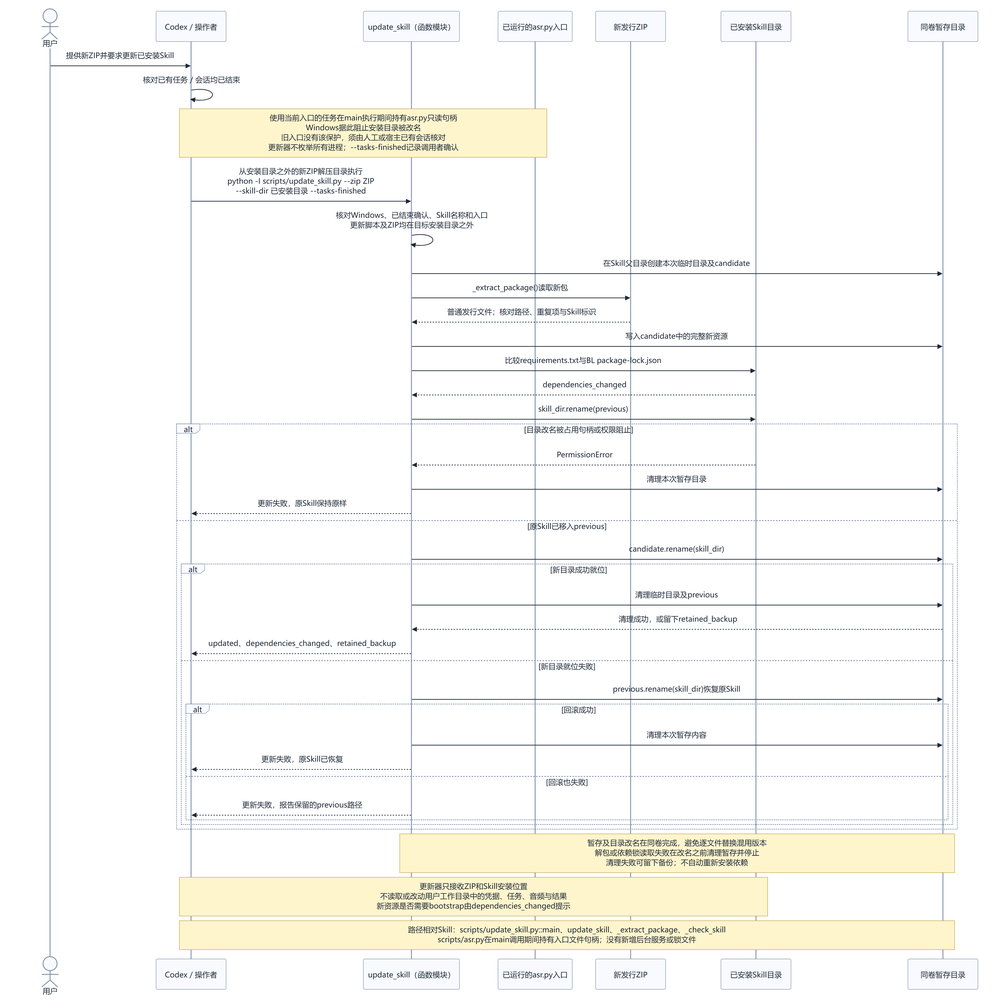
Earlier version of the Mermaid export doc/uml/09-update.png (hx101700/asr-agent). Its source is kept beside it as doc/uml/09-update.mmd.
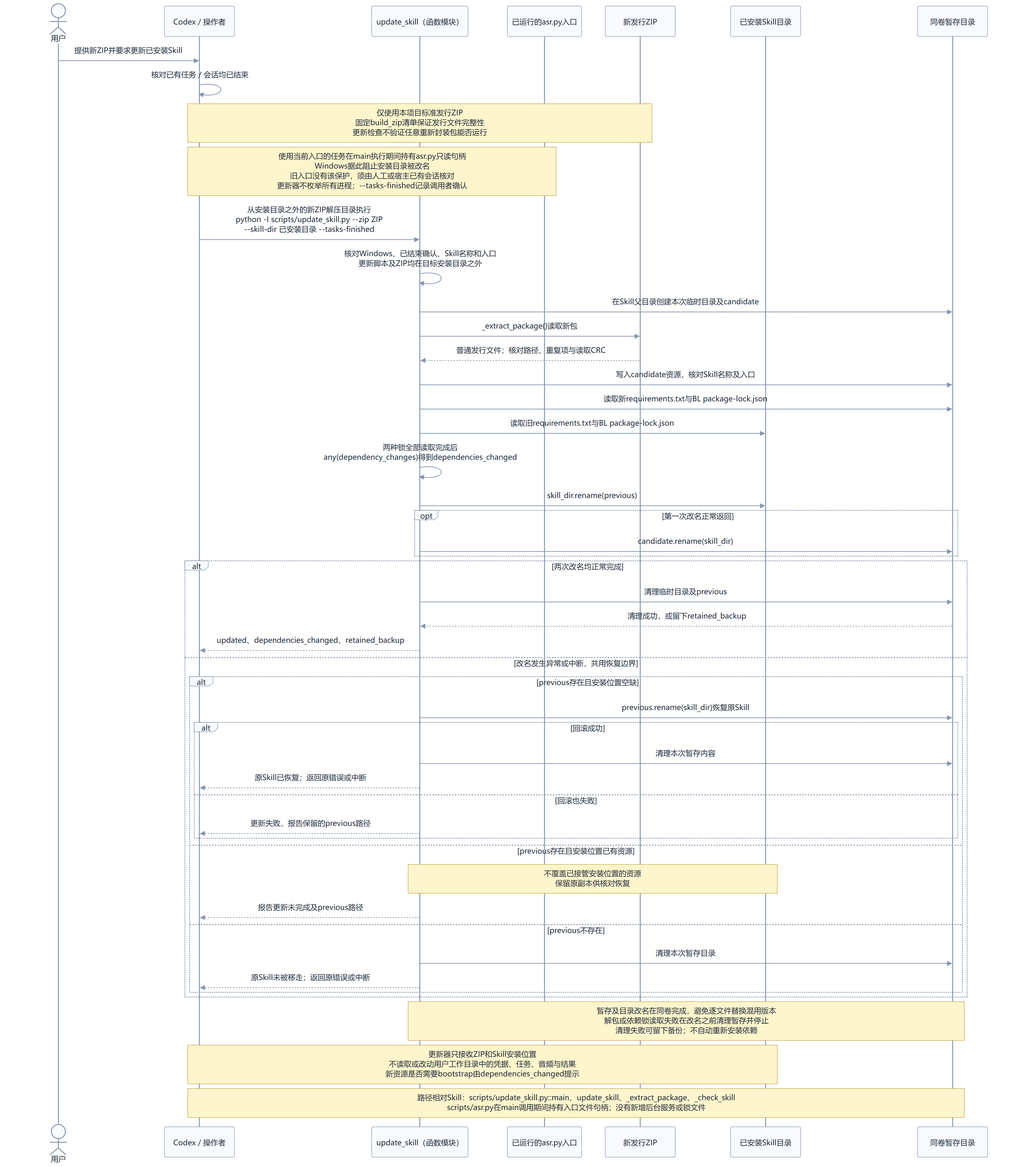
After the commit.

The edit, as a diff of the source:
```diff
@@ -8,34 +8,40 @@
 participant F as 同卷暂存目录
 U->>C: 提供新ZIP并要求更新已安装Skill
 C->>C: 核对已有任务／会话均已结束
+Note over C,Z: 仅使用本项目标准发行ZIP<br/>固定build_zip清单保证发行文件完整性<br/>更新检查不验证任意重新封装包能否运行
 Note over C,E: 使用当前入口的任务在main执行期间持有asr.py只读句柄<br/>Windows据此阻止安装目录被改名<br/>旧入口没有该保护，须由人工或宿主已有会话核对<br/>更新器不枚举所有进程；--tasks-finished记录调用者确认
 C->>T: 从安装目录之外的新ZIP解压目录执行<br/>python -I scripts/update_skill.py --zip ZIP<br/>--skill-dir 已安装目录 --tasks-finished
 T->>T: 核对Windows、已结束确认、Skill名称和入口<br/>更新脚本及ZIP均在目标安装目录之外
 T->>F: 在Skill父目录创建本次临时目录及candidate
 T->>Z: _extract_package()读取新包
-Z-->>T: 普通发行文件；核对路径、重复项与Skill标识
-T->>F: 写入candidate中的完整新资源
-T->>D: 比较requirements.txt与BL package-lock.json
-D-->>T: dependencies_changed
+Z-->>T: 普通发行文件；核对路径、重复项与读取CRC
+T->>F: 写入candidate资源，核对Skill名称及入口
+T->>F: 读取新requirements.txt与BL package-lock.json
+T->>D: 读取旧requirements.txt与BL package-lock.json
+T->>T: 两种锁全部读取完成后<br/>any(dependency_changes)得到dependencies_changed
 T->>D: skill_dir.rename(previous)
-alt 目录改名被占用句柄或权限阻止
-    D-->>T: PermissionError
-    T->>F: 清理本次暂存目录
-    T-->>C: 更新失败，原Skill保持原样
-else 原Skill已移入previous
+opt 第一次改名正常返回
     T->>F: candidate.rename(skill_dir)
-    alt 新目录成功就位
-        T->>F: 清理临时目录及previous
-        F-->>T: 清理成功，或留下retained_backup
-        T-->>C: updated、dependencies_changed、retained_backup
-    else 新目录就位失败
+end
+alt 两次改名均正常完成
+    T->>F: 清理临时目录及previous
+    F-->>T: 清理成功，或留下retained_backup
+    T-->>C: updated、dependencies_changed、retained_backup
+else 改名发生异常或中断，共用恢复边界
+    alt previous存在且安装位置空缺
         T->>F: previous.rename(skill_dir)恢复原Skill
         alt 回滚成功
             T->>F: 清理本次暂存内容
-            T-->>C: 更新失败，原Skill已恢复
+            T-->>C: 原Skill已恢复；返回原错误或中断
         else 回滚也失败
             T-->>C: 更新失败，报告保留的previous路径
         end
+    else previous存在且安装位置已有资源
+        Note over T,D: 不覆盖已接管安装位置的资源<br/>保留原副本供核对恢复
+        T-->>C: 报告更新未完成及previous路径
+    else previous不存在
+        T->>F: 清理本次暂存目录
+        T-->>C: 原Skill未被移走；返回原错误或中断
     end
 end
 Note over T,F: 暂存及目录改名在同卷完成，避免逐文件替换混用版本<br/>解包或依赖锁读取失败在改名之前清理暂存并停止<br/>清理失败可留下备份；不自动重新安装依赖
```
